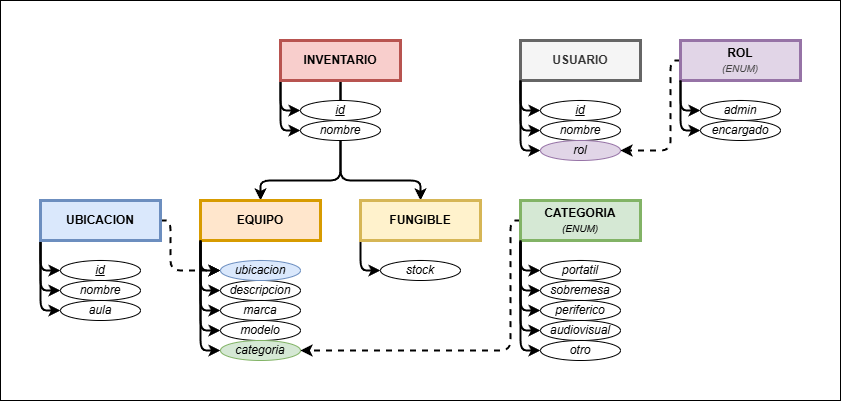
This is Retos/DAW_Reto_1/Reto_1_esquemaDB.png from MedievAlex/DAW_Ejercicios, a draw.io export, as it was before one commit. Source tidied: cells renumbered, new cells last; positions are measured from the earlier drawing's top-left corner, leaving out a move shared by most shapes.
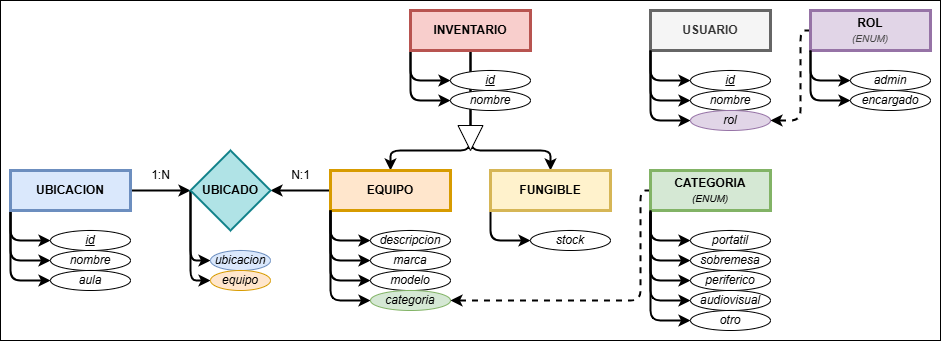
After the change.

Commit message:
[RETO 1]: Actualización del esquema y planteamiento.

The edit, as a diff of the source:
```diff
@@ -3,67 +3,63 @@
     <mxCell id="0" />
     <mxCell id="1" parent="0" />
     <mxCell id="2" style="rounded=0;whiteSpace=wrap;html=1;" parent="1" vertex="1">
-      <mxGeometry width="840" height="400" as="geometry" />
+      <mxGeometry x="30" y="30" width="940" height="340" as="geometry" />
     </mxCell>
     <mxCell id="3" style="edgeStyle=none;html=1;exitX=0;exitY=1;exitDx=0;exitDy=0;entryX=0;entryY=0.5;entryDx=0;entryDy=0;strokeWidth=2;" parent="1" edge="1" source="8" target="21">
       <mxGeometry relative="1" as="geometry">
         <Array as="points">
-          <mxPoint x="280" y="110" />
+          <mxPoint x="440" y="110" />
         </Array>
       </mxGeometry>
     </mxCell>
     <mxCell id="4" style="edgeStyle=none;html=1;exitX=0;exitY=1;exitDx=0;exitDy=0;entryX=0;entryY=0.5;entryDx=0;entryDy=0;strokeWidth=2;" parent="1" edge="1" source="8" target="22">
       <mxGeometry relative="1" as="geometry">
         <Array as="points">
-          <mxPoint x="280" y="130" />
+          <mxPoint x="440" y="130" />
         </Array>
       </mxGeometry>
     </mxCell>
     <mxCell id="5" style="edgeStyle=none;html=1;exitX=0;exitY=1;exitDx=0;exitDy=0;entryX=0;entryY=0.5;entryDx=0;entryDy=0;strokeWidth=2;" parent="1" edge="1" source="12" target="25">
       <mxGeometry relative="1" as="geometry">
         <Array as="points">
-          <mxPoint x="360" y="270" />
+          <mxPoint x="520" y="270" />
         </Array>
       </mxGeometry>
     </mxCell>
     <mxCell id="6" style="edgeStyle=none;html=1;exitX=0.5;exitY=1;exitDx=0;exitDy=0;entryX=0.5;entryY=0;entryDx=0;entryDy=0;strokeWidth=2;" parent="1" edge="1" source="8" target="11">
       <mxGeometry relative="1" as="geometry">
         <Array as="points">
-          <mxPoint x="340" y="180" />
-          <mxPoint x="260" y="180" />
+          <mxPoint x="500" y="180" />
+          <mxPoint x="420" y="180" />
         </Array>
       </mxGeometry>
     </mxCell>
     <mxCell id="7" style="edgeStyle=none;html=1;exitX=0.5;exitY=1;exitDx=0;exitDy=0;entryX=0.5;entryY=0;entryDx=0;entryDy=0;strokeWidth=2;" parent="1" edge="1" source="8" target="12">
       <mxGeometry relative="1" as="geometry">
         <Array as="points">
-          <mxPoint x="340" y="180" />
-          <mxPoint x="420" y="180" />
+          <mxPoint x="500" y="180" />
+          <mxPoint x="580" y="180" />
         </Array>
       </mxGeometry>
     </mxCell>
     <mxCell id="8" value="&lt;span style=&quot;color: rgb(0, 0, 0);&quot;&gt;INVENTARIO&lt;/span&gt;" style="rounded=0;whiteSpace=wrap;html=1;strokeWidth=3;fontStyle=1;fillColor=#f8cecc;strokeColor=#b85450;" parent="1" vertex="1">
-      <mxGeometry x="280" y="40" width="120" height="40" as="geometry" />
+      <mxGeometry x="440" y="40" width="120" height="40" as="geometry" />
     </mxCell>
     <mxCell id="9" style="edgeStyle=none;html=1;exitX=0;exitY=1;exitDx=0;exitDy=0;entryX=0;entryY=0.5;entryDx=0;entryDy=0;strokeWidth=2;" parent="1" edge="1" source="11" target="23">
       <mxGeometry relative="1" as="geometry">
         <Array as="points">
-          <mxPoint x="200" y="290" />
+          <mxPoint x="360" y="270" />
         </Array>
       </mxGeometry>
     </mxCell>
-    <mxCell id="10" style="edgeStyle=none;html=1;exitX=0;exitY=1;exitDx=0;exitDy=0;entryX=0;entryY=0.5;entryDx=0;entryDy=0;strokeWidth=2;" parent="1" edge="1" source="11" target="24">
-      <mxGeometry relative="1" as="geometry">
-        <Array as="points">
-          <mxPoint x="200" y="270" />
-        </Array>
-      </mxGeometry>
-    </mxCell>
+    <mxCell id="57" style="edgeStyle=none;html=1;exitX=0;exitY=0.5;exitDx=0;exitDy=0;entryX=1;entryY=0.5;entryDx=0;entryDy=0;strokeWidth=2;" parent="1" edge="1" source="11" target="61">
+      <mxGeometry relative="1" as="geometry" />
+    </mxCell>
     <mxCell id="11" value="&lt;span style=&quot;color: rgb(0, 0, 0);&quot;&gt;EQUIPO&lt;/span&gt;" style="rounded=0;whiteSpace=wrap;html=1;strokeWidth=3;fontStyle=1;fillColor=#ffe6cc;strokeColor=#d79b00;" parent="1" vertex="1">
-      <mxGeometry x="200" y="200" width="120" height="40" as="geometry" />
+      <mxGeometry x="360" y="200" width="120" height="40" as="geometry" />
     </mxCell>
     <mxCell id="12" value="FUNGIBLE" style="rounded=0;whiteSpace=wrap;html=1;strokeWidth=3;fontStyle=1;fillColor=#fff2cc;strokeColor=#d6b656;" parent="1" vertex="1">
-      <mxGeometry x="360" y="200" width="120" height="40" as="geometry" />
+      <mxGeometry x="520" y="200" width="120" height="40" as="geometry" />
     </mxCell>
     <mxCell id="13" style="edgeStyle=none;html=1;exitX=0;exitY=1;exitDx=0;exitDy=0;entryX=0;entryY=0.5;entryDx=0;entryDy=0;strokeWidth=2;" parent="1" edge="1" source="17" target="18">
       <mxGeometry relative="1" as="geometry">
@@ -86,195 +82,219 @@
         </Array>
       </mxGeometry>
     </mxCell>
-    <mxCell id="16" style="edgeStyle=none;html=1;exitX=1;exitY=0.5;exitDx=0;exitDy=0;dashed=1;strokeWidth=2;entryX=0;entryY=0.5;entryDx=0;entryDy=0;" parent="1" edge="1" source="17" target="24">
-      <mxGeometry relative="1" as="geometry">
-        <Array as="points">
-          <mxPoint x="170" y="220" />
-          <mxPoint x="170" y="270" />
-        </Array>
-      </mxGeometry>
-    </mxCell>
+    <mxCell id="58" style="edgeStyle=none;html=1;exitX=1;exitY=0.5;exitDx=0;exitDy=0;entryX=0;entryY=0.5;entryDx=0;entryDy=0;strokeWidth=2;" parent="1" edge="1" source="17" target="61">
+      <mxGeometry relative="1" as="geometry" />
+    </mxCell>
     <mxCell id="17" value="UBICACION" style="rounded=0;whiteSpace=wrap;html=1;strokeWidth=3;fontStyle=1;fillColor=#dae8fc;strokeColor=#6c8ebf;" parent="1" vertex="1">
       <mxGeometry x="40" y="200" width="120" height="40" as="geometry" />
     </mxCell>
     <mxCell id="18" value="id" style="ellipse;whiteSpace=wrap;html=1;fontStyle=6;" parent="1" vertex="1">
-      <mxGeometry x="60" y="260" width="80" height="20" as="geometry" />
+      <mxGeometry x="80" y="260" width="80" height="20" as="geometry" />
     </mxCell>
     <mxCell id="19" value="nombre" style="ellipse;whiteSpace=wrap;html=1;fontStyle=2;" parent="1" vertex="1">
-      <mxGeometry x="60" y="280" width="80" height="20" as="geometry" />
+      <mxGeometry x="80" y="280" width="80" height="20" as="geometry" />
     </mxCell>
     <mxCell id="20" value="aula" style="ellipse;whiteSpace=wrap;html=1;fontStyle=2;" parent="1" vertex="1">
-      <mxGeometry x="60" y="300" width="80" height="20" as="geometry" />
+      <mxGeometry x="80" y="300" width="80" height="20" as="geometry" />
     </mxCell>
     <mxCell id="21" value="id" style="ellipse;whiteSpace=wrap;html=1;fontStyle=6;" parent="1" vertex="1">
-      <mxGeometry x="300" y="100" width="80" height="20" as="geometry" />
+      <mxGeometry x="480" y="100" width="80" height="20" as="geometry" />
     </mxCell>
     <mxCell id="22" value="nombre" style="ellipse;whiteSpace=wrap;html=1;fontStyle=2;" parent="1" vertex="1">
-      <mxGeometry x="300" y="120" width="80" height="20" as="geometry" />
+      <mxGeometry x="480" y="120" width="80" height="20" as="geometry" />
     </mxCell>
     <mxCell id="23" value="descripcion" style="ellipse;whiteSpace=wrap;html=1;fontStyle=2;" parent="1" vertex="1">
-      <mxGeometry x="220" y="280" width="80" height="20" as="geometry" />
+      <mxGeometry x="400" y="260" width="80" height="20" as="geometry" />
     </mxCell>
-    <mxCell id="24" value="ubicacion" style="ellipse;whiteSpace=wrap;html=1;fontStyle=2;fillColor=#dae8fc;strokeColor=#6c8ebf;" parent="1" vertex="1">
-      <mxGeometry x="220" y="260" width="80" height="20" as="geometry" />
-    </mxCell>
     <mxCell id="25" value="stock" style="ellipse;whiteSpace=wrap;html=1;fontStyle=2;" parent="1" vertex="1">
-      <mxGeometry x="380" y="260" width="80" height="20" as="geometry" />
+      <mxGeometry x="560" y="260" width="80" height="20" as="geometry" />
     </mxCell>
     <mxCell id="26" style="edgeStyle=none;html=1;exitX=0;exitY=1;exitDx=0;exitDy=0;entryX=0;entryY=0.5;entryDx=0;entryDy=0;strokeWidth=2;" parent="1" edge="1" source="27" target="32">
       <mxGeometry relative="1" as="geometry">
         <Array as="points">
-          <mxPoint x="520" y="150" />
+          <mxPoint x="680" y="150" />
         </Array>
       </mxGeometry>
     </mxCell>
     <mxCell id="27" value="USUARIO" style="rounded=0;whiteSpace=wrap;html=1;strokeWidth=3;fontStyle=1;fillColor=#f5f5f5;strokeColor=#666666;fontColor=#333333;" parent="1" vertex="1">
-      <mxGeometry x="520" y="40" width="120" height="40" as="geometry" />
+      <mxGeometry x="680" y="40" width="120" height="40" as="geometry" />
     </mxCell>
     <mxCell id="28" style="edgeStyle=none;html=1;exitX=0;exitY=1;exitDx=0;exitDy=0;entryX=0;entryY=0.5;entryDx=0;entryDy=0;strokeWidth=2;" parent="1" edge="1" source="27" target="30">
       <mxGeometry relative="1" as="geometry">
         <Array as="points">
-          <mxPoint x="520" y="110" />
+          <mxPoint x="680" y="110" />
         </Array>
       </mxGeometry>
     </mxCell>
     <mxCell id="29" style="edgeStyle=none;html=1;exitX=0;exitY=1;exitDx=0;exitDy=0;entryX=0;entryY=0.5;entryDx=0;entryDy=0;strokeWidth=2;" parent="1" edge="1" source="27" target="31">
       <mxGeometry relative="1" as="geometry">
         <Array as="points">
-          <mxPoint x="520" y="130" />
+          <mxPoint x="680" y="130" />
         </Array>
       </mxGeometry>
     </mxCell>
     <mxCell id="30" value="id" style="ellipse;whiteSpace=wrap;html=1;fontStyle=6;" parent="1" vertex="1">
-      <mxGeometry x="540" y="100" width="80" height="20" as="geometry" />
+      <mxGeometry x="720" y="100" width="80" height="20" as="geometry" />
     </mxCell>
     <mxCell id="31" value="nombre" style="ellipse;whiteSpace=wrap;html=1;fontStyle=2;" parent="1" vertex="1">
-      <mxGeometry x="540" y="120" width="80" height="20" as="geometry" />
+      <mxGeometry x="720" y="120" width="80" height="20" as="geometry" />
     </mxCell>
     <mxCell id="32" value="rol" style="ellipse;whiteSpace=wrap;html=1;fontStyle=2;fillColor=#e1d5e7;strokeColor=#9673a6;" parent="1" vertex="1">
-      <mxGeometry x="540" y="140" width="80" height="20" as="geometry" />
+      <mxGeometry x="720" y="140" width="80" height="20" as="geometry" />
     </mxCell>
     <mxCell id="33" style="edgeStyle=none;html=1;exitX=0;exitY=1;exitDx=0;exitDy=0;entryX=0;entryY=0.5;entryDx=0;entryDy=0;strokeWidth=2;" parent="1" edge="1" source="11" target="35">
       <mxGeometry relative="1" as="geometry">
         <Array as="points">
-          <mxPoint x="200" y="330" />
+          <mxPoint x="360" y="310" />
         </Array>
       </mxGeometry>
     </mxCell>
     <mxCell id="34" style="edgeStyle=none;html=1;exitX=0;exitY=1;exitDx=0;exitDy=0;entryX=0;entryY=0.5;entryDx=0;entryDy=0;strokeWidth=2;" parent="1" edge="1" source="11" target="36">
       <mxGeometry relative="1" as="geometry">
         <Array as="points">
-          <mxPoint x="200" y="310" />
+          <mxPoint x="360" y="290" />
         </Array>
       </mxGeometry>
     </mxCell>
     <mxCell id="35" value="modelo" style="ellipse;whiteSpace=wrap;html=1;fontStyle=2;" parent="1" vertex="1">
-      <mxGeometry x="220" y="320" width="80" height="20" as="geometry" />
+      <mxGeometry x="400" y="300" width="80" height="20" as="geometry" />
     </mxCell>
     <mxCell id="36" value="marca" style="ellipse;whiteSpace=wrap;html=1;fontStyle=2;" parent="1" vertex="1">
-      <mxGeometry x="220" y="300" width="80" height="20" as="geometry" />
+      <mxGeometry x="400" y="280" width="80" height="20" as="geometry" />
     </mxCell>
     <mxCell id="37" value="categoria" style="ellipse;whiteSpace=wrap;html=1;fontStyle=2;fillColor=#d5e8d4;strokeColor=#82b366;" parent="1" vertex="1">
-      <mxGeometry x="220" y="340" width="80" height="20" as="geometry" />
+      <mxGeometry x="400" y="320" width="80" height="20" as="geometry" />
     </mxCell>
     <mxCell id="38" style="edgeStyle=none;html=1;exitX=0;exitY=1;exitDx=0;exitDy=0;entryX=0;entryY=0.5;entryDx=0;entryDy=0;strokeWidth=2;" parent="1" edge="1" source="11" target="37">
       <mxGeometry relative="1" as="geometry">
         <Array as="points">
-          <mxPoint x="200" y="350" />
+          <mxPoint x="360" y="330" />
         </Array>
       </mxGeometry>
     </mxCell>
     <mxCell id="39" style="edgeStyle=none;html=1;exitX=0;exitY=1;exitDx=0;exitDy=0;entryX=0;entryY=0.5;entryDx=0;entryDy=0;strokeWidth=2;" parent="1" edge="1" source="43" target="48">
       <mxGeometry relative="1" as="geometry">
         <Array as="points">
-          <mxPoint x="520" y="310" />
+          <mxPoint x="680" y="310" />
         </Array>
       </mxGeometry>
     </mxCell>
     <mxCell id="40" style="edgeStyle=none;html=1;exitX=0;exitY=1;exitDx=0;exitDy=0;entryX=0;entryY=0.5;entryDx=0;entryDy=0;strokeWidth=2;" parent="1" edge="1" source="43" target="49">
       <mxGeometry relative="1" as="geometry">
         <Array as="points">
-          <mxPoint x="520" y="330" />
+          <mxPoint x="680" y="330" />
         </Array>
       </mxGeometry>
     </mxCell>
     <mxCell id="41" style="edgeStyle=none;html=1;exitX=0;exitY=1;exitDx=0;exitDy=0;entryX=0;entryY=0.5;entryDx=0;entryDy=0;strokeWidth=2;" parent="1" edge="1" source="43" target="50">
       <mxGeometry relative="1" as="geometry">
         <Array as="points">
-          <mxPoint x="520" y="350" />
+          <mxPoint x="680" y="350" />
         </Array>
       </mxGeometry>
     </mxCell>
     <mxCell id="42" style="edgeStyle=none;html=1;exitX=0;exitY=0.5;exitDx=0;exitDy=0;entryX=1;entryY=0.5;entryDx=0;entryDy=0;strokeWidth=2;dashed=1;" parent="1" edge="1" source="43" target="37">
       <mxGeometry relative="1" as="geometry">
         <Array as="points">
-          <mxPoint x="510" y="220" />
-          <mxPoint x="510" y="350" />
+          <mxPoint x="670" y="220" />
+          <mxPoint x="670" y="330" />
         </Array>
       </mxGeometry>
     </mxCell>
     <mxCell id="43" value="CATEGORIA&lt;div&gt;&lt;font size=&quot;1&quot;&gt;&lt;span style=&quot;font-weight: normal;&quot;&gt;&lt;i&gt;(ENUM)&lt;/i&gt;&lt;/span&gt;&lt;/font&gt;&lt;/div&gt;" style="rounded=0;whiteSpace=wrap;html=1;strokeWidth=3;fontStyle=1;fillColor=#d5e8d4;strokeColor=#82b366;" parent="1" vertex="1">
-      <mxGeometry x="520" y="200" width="120" height="40" as="geometry" />
+      <mxGeometry x="680" y="200" width="120" height="40" as="geometry" />
     </mxCell>
     <mxCell id="44" style="edgeStyle=none;html=1;exitX=0;exitY=1;exitDx=0;exitDy=0;entryX=0;entryY=0.5;entryDx=0;entryDy=0;strokeWidth=2;" parent="1" edge="1" source="43" target="46">
       <mxGeometry relative="1" as="geometry">
         <Array as="points">
-          <mxPoint x="520" y="270" />
+          <mxPoint x="680" y="270" />
         </Array>
       </mxGeometry>
     </mxCell>
     <mxCell id="45" style="edgeStyle=none;html=1;exitX=0;exitY=1;exitDx=0;exitDy=0;entryX=0;entryY=0.5;entryDx=0;entryDy=0;strokeWidth=2;" parent="1" edge="1" source="43" target="47">
       <mxGeometry relative="1" as="geometry">
         <Array as="points">
-          <mxPoint x="520" y="290" />
+          <mxPoint x="680" y="290" />
         </Array>
       </mxGeometry>
     </mxCell>
     <mxCell id="46" value="portatil" style="ellipse;whiteSpace=wrap;html=1;fontStyle=2;" parent="1" vertex="1">
-      <mxGeometry x="540" y="260" width="80" height="20" as="geometry" />
+      <mxGeometry x="720" y="260" width="80" height="20" as="geometry" />
     </mxCell>
     <mxCell id="47" value="sobremesa" style="ellipse;whiteSpace=wrap;html=1;fontStyle=2;" parent="1" vertex="1">
-      <mxGeometry x="540" y="280" width="80" height="20" as="geometry" />
+      <mxGeometry x="720" y="280" width="80" height="20" as="geometry" />
     </mxCell>
     <mxCell id="48" value="periferico" style="ellipse;whiteSpace=wrap;html=1;fontStyle=2;" parent="1" vertex="1">
-      <mxGeometry x="540" y="300" width="80" height="20" as="geometry" />
+      <mxGeometry x="720" y="300" width="80" height="20" as="geometry" />
     </mxCell>
     <mxCell id="49" value="audiovisual" style="ellipse;whiteSpace=wrap;html=1;fontStyle=2;" parent="1" vertex="1">
-      <mxGeometry x="540" y="320" width="80" height="20" as="geometry" />
+      <mxGeometry x="720" y="320" width="80" height="20" as="geometry" />
     </mxCell>
     <mxCell id="50" value="otro" style="ellipse;whiteSpace=wrap;html=1;fontStyle=2;" parent="1" vertex="1">
-      <mxGeometry x="540" y="340" width="80" height="20" as="geometry" />
+      <mxGeometry x="720" y="340" width="80" height="20" as="geometry" />
     </mxCell>
     <mxCell id="51" style="edgeStyle=none;html=1;exitX=0;exitY=0.5;exitDx=0;exitDy=0;entryX=1;entryY=0.5;entryDx=0;entryDy=0;strokeWidth=2;dashed=1;" parent="1" edge="1" source="52" target="32">
       <mxGeometry relative="1" as="geometry">
         <Array as="points">
-          <mxPoint x="670" y="60" />
-          <mxPoint x="670" y="150" />
+          <mxPoint x="830" y="60" />
+          <mxPoint x="830" y="150" />
         </Array>
       </mxGeometry>
     </mxCell>
     <mxCell id="52" value="ROL&lt;div&gt;&lt;i style=&quot;color: rgb(63, 63, 63); scrollbar-color: rgb(226, 226, 226) rgb(251, 251, 251); font-size: x-small; font-weight: 400;&quot;&gt;(ENUM)&lt;/i&gt;&lt;/div&gt;" style="rounded=0;whiteSpace=wrap;html=1;strokeWidth=3;fontStyle=1;fillColor=#e1d5e7;strokeColor=#9673a6;" parent="1" vertex="1">
-      <mxGeometry x="680" y="40" width="120" height="40" as="geometry" />
+      <mxGeometry x="840" y="40" width="120" height="40" as="geometry" />
     </mxCell>
     <mxCell id="53" style="edgeStyle=none;html=1;exitX=0;exitY=1;exitDx=0;exitDy=0;entryX=0;entryY=0.5;entryDx=0;entryDy=0;strokeWidth=2;" parent="1" edge="1" source="52" target="55">
       <mxGeometry relative="1" as="geometry">
         <Array as="points">
-          <mxPoint x="680" y="110" />
+          <mxPoint x="840" y="110" />
         </Array>
       </mxGeometry>
     </mxCell>
     <mxCell id="54" style="edgeStyle=none;html=1;exitX=0;exitY=1;exitDx=0;exitDy=0;entryX=0;entryY=0.5;entryDx=0;entryDy=0;strokeWidth=2;" parent="1" edge="1" source="52" target="56">
       <mxGeometry relative="1" as="geometry">
         <Array as="points">
-          <mxPoint x="680" y="130" />
+          <mxPoint x="840" y="130" />
         </Array>
       </mxGeometry>
     </mxCell>
     <mxCell id="55" value="admin" style="ellipse;whiteSpace=wrap;html=1;fontStyle=2;" parent="1" vertex="1">
-      <mxGeometry x="700" y="100" width="80" height="20" as="geometry" />
+      <mxGeometry x="880" y="100" width="80" height="20" as="geometry" />
     </mxCell>
     <mxCell id="56" value="encargado" style="ellipse;whiteSpace=wrap;html=1;fontStyle=2;" parent="1" vertex="1">
-      <mxGeometry x="700" y="120" width="80" height="20" as="geometry" />
+      <mxGeometry x="880" y="120" width="80" height="20" as="geometry" />
     </mxCell>
+    <mxCell id="59" style="edgeStyle=none;html=1;exitX=0;exitY=0.5;exitDx=0;exitDy=0;entryX=0;entryY=0.5;entryDx=0;entryDy=0;strokeWidth=2;" parent="1" edge="1" source="61" target="24">
+      <mxGeometry relative="1" as="geometry">
+        <Array as="points">
+          <mxPoint x="220" y="290" />
+        </Array>
+      </mxGeometry>
+    </mxCell>
+    <mxCell id="60" style="edgeStyle=none;html=1;exitX=0;exitY=0.5;exitDx=0;exitDy=0;entryX=0;entryY=0.5;entryDx=0;entryDy=0;strokeWidth=2;" parent="1" edge="1" source="61" target="64">
+      <mxGeometry relative="1" as="geometry">
+        <Array as="points">
+          <mxPoint x="220" y="310" />
+        </Array>
+      </mxGeometry>
+    </mxCell>
+    <mxCell id="61" value="&lt;b&gt;UBICADO&lt;/b&gt;" style="rhombus;whiteSpace=wrap;html=1;strokeWidth=2;fillColor=#b0e3e6;strokeColor=#0e8088;" parent="1" vertex="1">
+      <mxGeometry x="220" y="180" width="80" height="80" as="geometry" />
+    </mxCell>
+    <mxCell id="62" value="N:1" style="text;html=1;align=center;verticalAlign=middle;strokeColor=none;fillColor=none;" parent="1" vertex="1">
+      <mxGeometry x="310" y="190" width="40" height="30" as="geometry" />
+    </mxCell>
+    <mxCell id="63" value="1:N" style="text;html=1;align=center;verticalAlign=middle;strokeColor=none;fillColor=none;" parent="1" vertex="1">
+      <mxGeometry x="170" y="190" width="40" height="30" as="geometry" />
+    </mxCell>
+    <mxCell id="24" value="ubicacion" style="ellipse;whiteSpace=wrap;html=1;fontStyle=2;fillColor=#dae8fc;strokeColor=#6c8ebf;" parent="1" vertex="1">
+      <mxGeometry x="240" y="280" width="60" height="20" as="geometry" />
+    </mxCell>
+    <mxCell id="64" value="equipo" style="ellipse;whiteSpace=wrap;html=1;fontStyle=2;fillColor=#ffe6cc;strokeColor=#d79b00;" parent="1" vertex="1">
+      <mxGeometry x="240" y="300" width="60" height="20" as="geometry" />
+    </mxCell>
+    <mxCell id="65" style="triangle;whiteSpace=wrap;html=1;rotation=90;" parent="1" vertex="1">
+      <mxGeometry x="487.5" y="155" width="25" height="25" as="geometry" />
+    </mxCell>
   </root>
 </mxGraphModel>
```
